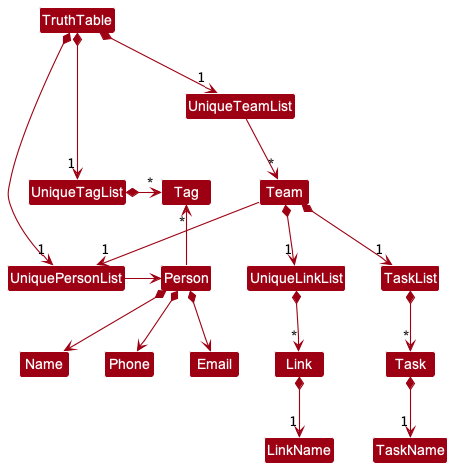
Before: docs/images/BetterModelClassDiagram.png, a diagram exported from PlantUML (nus-cs2103-AY2223S1/tp).
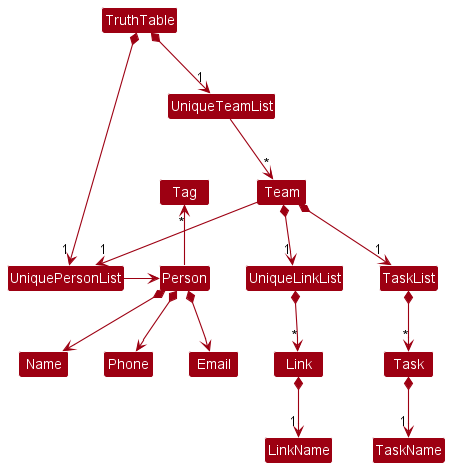
Above is the later version.

Commit message:
Update Model section in DG

The edit, as a diff of the source:
```diff
@@ -5,11 +5,6 @@
 skinparam classBackgroundColor MODEL_COLOR
 
 TruthTable *-right-> "1" UniquePersonList
-TruthTable *-right-> "1" UniqueTagList
-UniqueTagList -[hidden]down- UniquePersonList
-UniqueTagList -[hidden]down- UniquePersonList
-
-UniqueTagList *-right-> "*" Tag
 UniquePersonList -right-> Person
 
 Person -up-> "*" Tag
```
